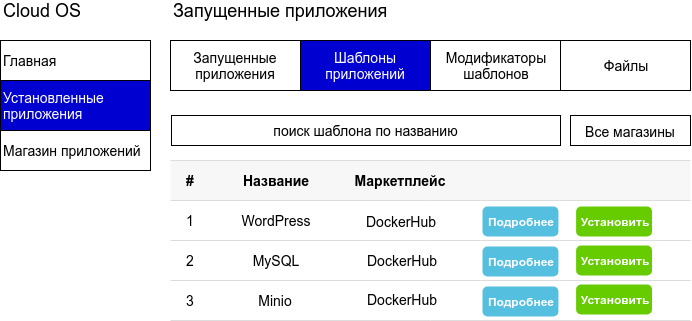
Above: docs/technical-tasks/02-marketplace/images/Маркетплейс-Шаблоны-приложений.png in bayrell-os/cloud_os_standard (draw.io), before the change. Source tidied: cells renumbered, new cells last; positions are measured from the earlier drawing's top-left corner, leaving out a move shared by most shapes. The source it was exported from:
```xml
<mxGraphModel>
  <root>
    <mxCell id="0" />
    <mxCell id="1" parent="0" />
    <mxCell id="2" value="&lt;span style=&quot;white-space: normal&quot;&gt;Установленные приложения&lt;/span&gt;" style="rounded=0;whiteSpace=wrap;html=1;fontSize=14;align=left;labelBackgroundColor=none;fillColor=#0000D0;fontColor=#FFFFFF;" parent="1" vertex="1">
      <mxGeometry y="80" width="150" height="50" as="geometry" />
    </mxCell>
    <mxCell id="3" value="&lt;span style=&quot;white-space: normal&quot;&gt;Главная&lt;/span&gt;" style="rounded=0;whiteSpace=wrap;html=1;fontSize=14;align=left;labelBackgroundColor=none;fillColor=#ffffff;fontColor=#000000;" parent="1" vertex="1">
      <mxGeometry y="40" width="150" height="40" as="geometry" />
    </mxCell>
    <mxCell id="4" value="Магазин приложений" style="rounded=0;whiteSpace=wrap;html=1;fontSize=14;align=left;labelBackgroundColor=none;fillColor=#ffffff;fontColor=#000000;" parent="1" vertex="1">
      <mxGeometry y="130" width="150" height="40" as="geometry" />
    </mxCell>
    <mxCell id="5" value="Запущенные&lt;br&gt;приложения" style="rounded=0;whiteSpace=wrap;html=1;labelBackgroundColor=none;fillColor=#ffffff;fontSize=14;fontColor=#000000;align=center;" parent="1" vertex="1">
      <mxGeometry x="170" y="40" width="130" height="50" as="geometry" />
    </mxCell>
    <mxCell id="6" value="Cloud OS" style="text;html=1;strokeColor=none;fillColor=none;align=left;verticalAlign=middle;whiteSpace=wrap;rounded=0;labelBackgroundColor=none;fontSize=18;fontColor=#000000;" parent="1" vertex="1">
      <mxGeometry x="1" width="150" height="20" as="geometry" />
    </mxCell>
    <mxCell id="7" value="Запущенные приложения" style="text;html=1;strokeColor=none;fillColor=none;align=left;verticalAlign=middle;whiteSpace=wrap;rounded=0;labelBackgroundColor=none;fontSize=18;fontColor=#000000;" parent="1" vertex="1">
      <mxGeometry x="171" width="250" height="20" as="geometry" />
    </mxCell>
    <mxCell id="8" value="Шаблоны&lt;br&gt;приложений" style="rounded=0;whiteSpace=wrap;html=1;labelBackgroundColor=none;fillColor=#0000D0;fontSize=14;fontColor=#FFFFFF;align=center;" parent="1" vertex="1">
      <mxGeometry x="300" y="40" width="130" height="50" as="geometry" />
    </mxCell>
    <mxCell id="9" value="Модификаторы&lt;br&gt;шаблонов" style="rounded=0;whiteSpace=wrap;html=1;labelBackgroundColor=none;fillColor=#ffffff;fontSize=14;fontColor=#000000;align=center;" parent="1" vertex="1">
      <mxGeometry x="430" y="40" width="130" height="50" as="geometry" />
    </mxCell>
    <mxCell id="10" style="html=1;shadow=0;dashed=0;shape=partialRectangle;top=0;bottom=0;right=0;left=0;strokeColor=#dddddd;labelBackgroundColor=none;fillColor=#ffffff;fontSize=14;fontColor=#000000;align=left;" parent="1" vertex="1">
      <mxGeometry x="170" y="160" width="520" height="160" as="geometry" />
    </mxCell>
    <mxCell id="11" style="html=1;shadow=0;dashed=0;shape=mxgraph.bootstrap.horLines;strokeColor=inherit;fillColor=#000000;fillOpacity=3;" parent="10" vertex="1">
      <mxGeometry width="520" height="40" relative="1" as="geometry" />
    </mxCell>
    <mxCell id="12" value="#" style="html=1;shadow=0;dashed=0;shape=mxgraph.bootstrap.rect;strokeColor=none;fillColor=none;fontSize=14;fontStyle=1;whiteSpace=wrap;" parent="11" vertex="1">
      <mxGeometry width="40" height="40" relative="1" as="geometry" />
    </mxCell>
    <mxCell id="13" value="Название" style="html=1;shadow=0;dashed=0;shape=mxgraph.bootstrap.rect;strokeColor=none;fillColor=none;fontSize=14;fontStyle=1;align=center;whiteSpace=wrap;" parent="11" vertex="1">
      <mxGeometry width="120" height="40" relative="1" as="geometry">
        <mxPoint x="45" as="offset" />
      </mxGeometry>
    </mxCell>
    <mxCell id="14" value="Маркетплейс" style="html=1;shadow=0;dashed=0;shape=mxgraph.bootstrap.rect;strokeColor=none;fillColor=none;fontSize=14;fontStyle=1;align=center;whiteSpace=wrap;" parent="11" vertex="1">
      <mxGeometry width="120" height="40" relative="1" as="geometry">
        <mxPoint x="169" as="offset" />
      </mxGeometry>
    </mxCell>
    <mxCell id="15" style="strokeColor=inherit;fillColor=inherit;gradientColor=inherit;html=1;shadow=0;dashed=0;shape=mxgraph.bootstrap.horLines;" parent="10" vertex="1">
      <mxGeometry width="520" height="40" relative="1" as="geometry">
        <mxPoint y="40" as="offset" />
      </mxGeometry>
    </mxCell>
    <mxCell id="16" value="1" style="html=1;shadow=0;dashed=0;shape=mxgraph.bootstrap.rect;strokeColor=none;fillColor=none;fontSize=14;whiteSpace=wrap;" parent="15" vertex="1">
      <mxGeometry width="40" height="40" relative="1" as="geometry" />
    </mxCell>
    <mxCell id="17" value="WordPress" style="html=1;shadow=0;dashed=0;shape=mxgraph.bootstrap.rect;strokeColor=none;fillColor=none;fontSize=14;align=center;whiteSpace=wrap;" parent="15" vertex="1">
      <mxGeometry width="120" height="40" relative="1" as="geometry">
        <mxPoint x="45" as="offset" />
      </mxGeometry>
    </mxCell>
    <mxCell id="18" value="DockerHub" style="html=1;shadow=0;dashed=0;shape=mxgraph.bootstrap.rect;strokeColor=none;fillColor=none;fontSize=14;align=center;whiteSpace=wrap;" parent="15" vertex="1">
      <mxGeometry width="80" height="40" relative="1" as="geometry">
        <mxPoint x="190" y="1" as="offset" />
      </mxGeometry>
    </mxCell>
    <mxCell id="19" value="Подробнее" style="html=1;shadow=0;dashed=0;shape=mxgraph.bootstrap.rrect;align=center;rSize=5;strokeColor=none;fillColor=#55BFE0;fontColor=#ffffff;fontStyle=1;whiteSpace=wrap;" parent="15" vertex="1">
      <mxGeometry x="312" y="6" width="75.9" height="30" as="geometry" />
    </mxCell>
    <mxCell id="20" value="Установить" style="html=1;shadow=0;dashed=0;shape=mxgraph.bootstrap.rrect;align=center;rSize=5;strokeColor=none;fillColor=#66CC00;fontColor=#ffffff;fontStyle=1;whiteSpace=wrap;" parent="15" vertex="1">
      <mxGeometry x="405.6" y="6" width="75.9" height="30" as="geometry" />
    </mxCell>
    <mxCell id="21" style="strokeColor=inherit;fillColor=inherit;gradientColor=inherit;html=1;shadow=0;dashed=0;shape=mxgraph.bootstrap.horLines;" parent="10" vertex="1">
      <mxGeometry width="520" height="40" relative="1" as="geometry">
        <mxPoint y="80" as="offset" />
      </mxGeometry>
    </mxCell>
    <mxCell id="22" value="2" style="html=1;shadow=0;dashed=0;shape=mxgraph.bootstrap.rect;strokeColor=none;fillColor=none;fontSize=14;whiteSpace=wrap;" parent="21" vertex="1">
      <mxGeometry width="40" height="40" relative="1" as="geometry" />
    </mxCell>
    <mxCell id="23" value="MySQL" style="html=1;shadow=0;dashed=0;shape=mxgraph.bootstrap.rect;strokeColor=none;fillColor=none;fontSize=14;align=center;whiteSpace=wrap;" parent="21" vertex="1">
      <mxGeometry width="80" height="40" relative="1" as="geometry">
        <mxPoint x="65" as="offset" />
      </mxGeometry>
    </mxCell>
    <mxCell id="24" value="DockerHub" style="html=1;shadow=0;dashed=0;shape=mxgraph.bootstrap.rect;strokeColor=none;fillColor=none;fontSize=14;align=center;whiteSpace=wrap;" parent="21" vertex="1">
      <mxGeometry width="100" height="40" relative="1" as="geometry">
        <mxPoint x="181" as="offset" />
      </mxGeometry>
    </mxCell>
    <mxCell id="25" value="Подробнее" style="html=1;shadow=0;dashed=0;shape=mxgraph.bootstrap.rrect;align=center;rSize=5;strokeColor=none;fillColor=#55BFE0;fontColor=#ffffff;fontStyle=1;whiteSpace=wrap;" parent="21" vertex="1">
      <mxGeometry x="312" y="6" width="75.9" height="30" as="geometry" />
    </mxCell>
    <mxCell id="26" value="Установить" style="html=1;shadow=0;dashed=0;shape=mxgraph.bootstrap.rrect;align=center;rSize=5;strokeColor=none;fillColor=#66CC00;fontColor=#ffffff;fontStyle=1;whiteSpace=wrap;" parent="21" vertex="1">
      <mxGeometry x="405.6" y="5" width="75.9" height="30" as="geometry" />
    </mxCell>
    <mxCell id="27" style="strokeColor=inherit;fillColor=inherit;gradientColor=inherit;html=1;shadow=0;dashed=0;shape=mxgraph.bootstrap.horLines;" parent="10" vertex="1">
      <mxGeometry width="520" height="40" relative="1" as="geometry">
        <mxPoint y="120" as="offset" />
      </mxGeometry>
    </mxCell>
    <mxCell id="28" value="3" style="html=1;shadow=0;dashed=0;shape=mxgraph.bootstrap.rect;strokeColor=none;fillColor=none;fontSize=14;whiteSpace=wrap;" parent="27" vertex="1">
      <mxGeometry width="40" height="40" relative="1" as="geometry" />
    </mxCell>
    <mxCell id="29" value="Minio" style="html=1;shadow=0;dashed=0;shape=mxgraph.bootstrap.rect;strokeColor=none;fillColor=none;fontSize=14;align=center;whiteSpace=wrap;" parent="27" vertex="1">
      <mxGeometry width="80" height="40" relative="1" as="geometry">
        <mxPoint x="65" as="offset" />
      </mxGeometry>
    </mxCell>
    <mxCell id="30" value="DockerHub" style="html=1;shadow=0;dashed=0;shape=mxgraph.bootstrap.rect;strokeColor=none;fillColor=none;fontSize=14;align=center;whiteSpace=wrap;" parent="27" vertex="1">
      <mxGeometry width="100" height="40" relative="1" as="geometry">
        <mxPoint x="181" y="-1" as="offset" />
      </mxGeometry>
    </mxCell>
    <mxCell id="31" value="Подробнее" style="html=1;shadow=0;dashed=0;shape=mxgraph.bootstrap.rrect;align=center;rSize=5;strokeColor=none;fillColor=#55BFE0;fontColor=#ffffff;fontStyle=1;whiteSpace=wrap;" parent="27" vertex="1">
      <mxGeometry x="312" y="6" width="75.9" height="30" as="geometry" />
    </mxCell>
    <mxCell id="32" value="Установить" style="html=1;shadow=0;dashed=0;shape=mxgraph.bootstrap.rrect;align=center;rSize=5;strokeColor=none;fillColor=#66CC00;fontColor=#ffffff;fontStyle=1;whiteSpace=wrap;" parent="27" vertex="1">
      <mxGeometry x="405.6" y="4" width="75.9" height="30" as="geometry" />
    </mxCell>
    <mxCell id="33" value="поиск шаблона по названию" style="rounded=0;whiteSpace=wrap;html=1;labelBackgroundColor=none;fillColor=#ffffff;fontSize=14;fontColor=#000000;align=center;" parent="1" vertex="1">
      <mxGeometry x="171" y="115" width="389" height="30" as="geometry" />
    </mxCell>
    <mxCell id="34" value="Файлы" style="rounded=0;whiteSpace=wrap;html=1;labelBackgroundColor=none;fillColor=#ffffff;fontSize=14;fontColor=#000000;align=center;" parent="1" vertex="1">
      <mxGeometry x="560" y="40" width="130" height="50" as="geometry" />
    </mxCell>
    <mxCell id="35" value="&lt;span style=&quot;font-size: 14px&quot;&gt;Все магазины&lt;/span&gt;" style="rounded=0;whiteSpace=wrap;html=1;labelBackgroundColor=none;fillColor=#ffffff;fontSize=18;fontColor=#000000;align=center;" parent="1" vertex="1">
      <mxGeometry x="570" y="115" width="120" height="30" as="geometry" />
    </mxCell>
  </root>
</mxGraphModel>
```
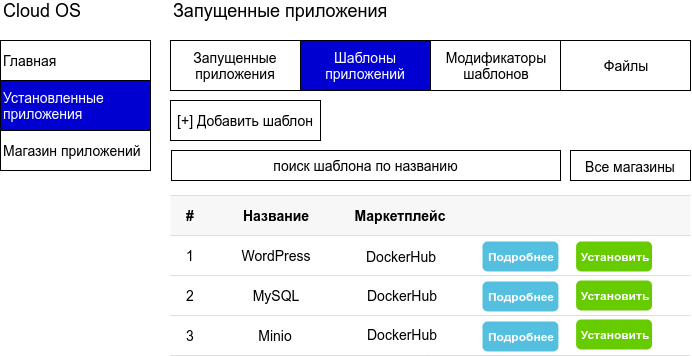
The same file after the commit.

Diff of the diagram source:
```diff
@@ -27,7 +27,7 @@
       <mxGeometry x="430" y="40" width="130" height="50" as="geometry" />
     </mxCell>
     <mxCell id="10" style="html=1;shadow=0;dashed=0;shape=partialRectangle;top=0;bottom=0;right=0;left=0;strokeColor=#dddddd;labelBackgroundColor=none;fillColor=#ffffff;fontSize=14;fontColor=#000000;align=left;" parent="1" vertex="1">
-      <mxGeometry x="170" y="160" width="520" height="160" as="geometry" />
+      <mxGeometry x="170" y="195" width="520" height="160" as="geometry" />
     </mxCell>
     <mxCell id="11" style="html=1;shadow=0;dashed=0;shape=mxgraph.bootstrap.horLines;strokeColor=inherit;fillColor=#000000;fillOpacity=3;" parent="10" vertex="1">
       <mxGeometry width="520" height="40" relative="1" as="geometry" />
@@ -118,13 +118,16 @@
       <mxGeometry x="405.6" y="4" width="75.9" height="30" as="geometry" />
     </mxCell>
     <mxCell id="33" value="поиск шаблона по названию" style="rounded=0;whiteSpace=wrap;html=1;labelBackgroundColor=none;fillColor=#ffffff;fontSize=14;fontColor=#000000;align=center;" parent="1" vertex="1">
-      <mxGeometry x="171" y="115" width="389" height="30" as="geometry" />
+      <mxGeometry x="171" y="150" width="389" height="30" as="geometry" />
     </mxCell>
     <mxCell id="34" value="Файлы" style="rounded=0;whiteSpace=wrap;html=1;labelBackgroundColor=none;fillColor=#ffffff;fontSize=14;fontColor=#000000;align=center;" parent="1" vertex="1">
       <mxGeometry x="560" y="40" width="130" height="50" as="geometry" />
     </mxCell>
     <mxCell id="35" value="&lt;span style=&quot;font-size: 14px&quot;&gt;Все магазины&lt;/span&gt;" style="rounded=0;whiteSpace=wrap;html=1;labelBackgroundColor=none;fillColor=#ffffff;fontSize=18;fontColor=#000000;align=center;" parent="1" vertex="1">
-      <mxGeometry x="570" y="115" width="120" height="30" as="geometry" />
+      <mxGeometry x="570" y="150" width="120" height="30" as="geometry" />
     </mxCell>
+    <mxCell id="36" value="[+] Добавить шаблон" style="rounded=0;whiteSpace=wrap;html=1;labelBackgroundColor=none;fillColor=#ffffff;fontSize=14;fontColor=#000000;align=center;" parent="1" vertex="1">
+      <mxGeometry x="170" y="100" width="150" height="40" as="geometry" />
+    </mxCell>
   </root>
 </mxGraphModel>
```
